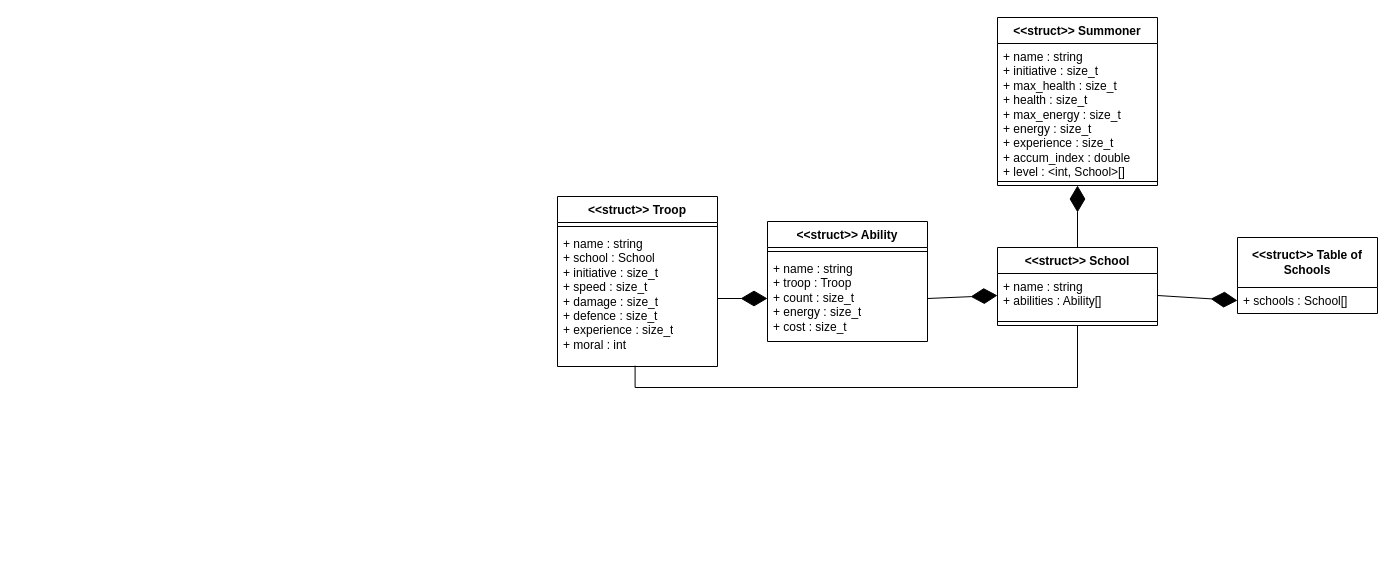
Before: lab3.drawio in Alvald1/draw.io, a draw.io diagram. Source tidied: cells renumbered, new cells numbered last; positions are measured from the earlier drawing's top-left corner, leaving out a move shared by most shapes. Both pictures are drawn from the tidied source at 100%, with x=0, y=0 at pixel (557, 17).
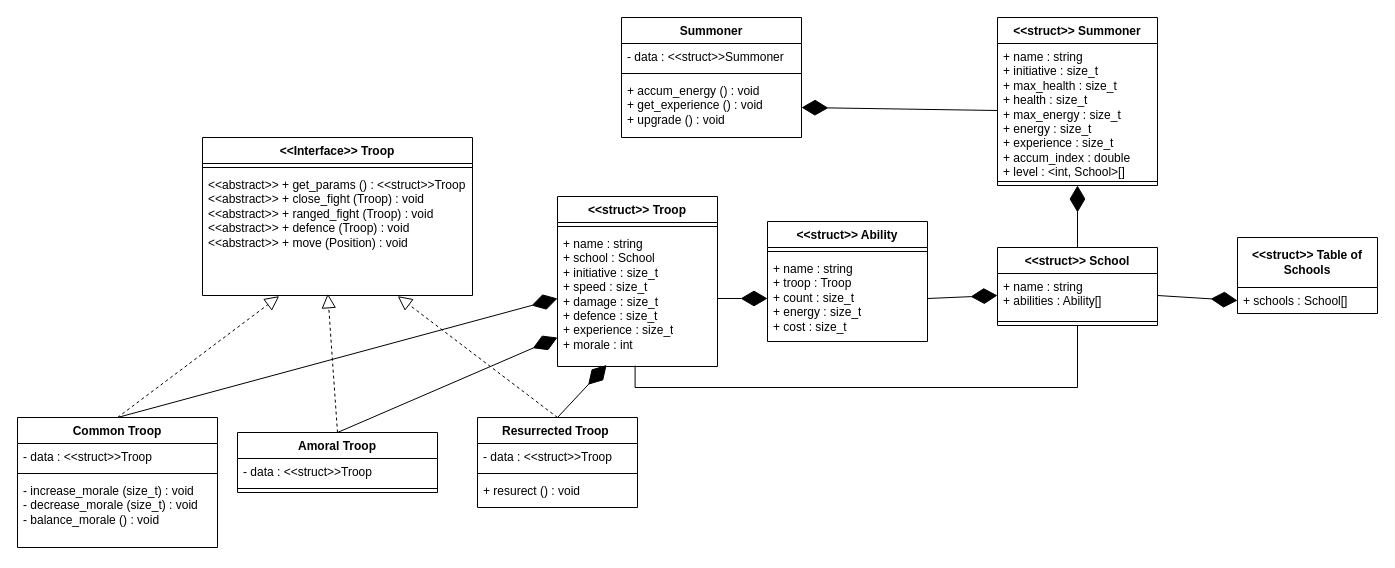
The same page after the edit.

Unchanged cells that the change refers to:
```xml
<mxCell id="3" value="+ name : string&lt;div&gt;+ initiative : size_t&lt;/div&gt;&lt;div&gt;+ max_health : size_t&lt;/div&gt;&lt;div&gt;+&amp;nbsp;health : size_t&lt;/div&gt;&lt;div&gt;+ max_energy : size_t&lt;/div&gt;&lt;div&gt;+ energy : size_t&lt;/div&gt;&lt;div&gt;+ experience : size_t&lt;/div&gt;&lt;div&gt;+ accum_index : double&lt;/div&gt;&lt;div&gt;+ level : &amp;lt;int, School&amp;gt;[]&lt;/div&gt;" style="text;strokeColor=none;fillColor=none;align=left;verticalAlign=top;spacingLeft=4;spacingRight=4;overflow=hidden;points=[[0,0.5],[1,0.5]];portConstraint=eastwest;whiteSpace=wrap;html=1;" parent="2" vertex="1">
  <mxGeometry y="26" width="160" height="134" as="geometry" />
</mxCell>
<mxCell id="11" value="&amp;lt;&amp;lt;struct&amp;gt;&amp;gt; Troop" style="swimlane;fontStyle=1;align=center;verticalAlign=top;horizontal=1;startSize=26;whiteSpace=wrap;html=1;" parent="1" vertex="1">
  <mxGeometry y="179" width="160" height="170" as="geometry" />
</mxCell>
```

The edit, as a diff of the source:
```diff
@@
-    <mxCell id="13" value="+ name : string&lt;div&gt;+ school : School&lt;/div&gt;&lt;div&gt;+&amp;nbsp;&lt;span style=&quot;white-space-collapse: preserve; background-color: initial;&quot;&gt;initiative : size_t&lt;/span&gt;&lt;/div&gt;&lt;div&gt;&lt;span style=&quot;white-space-collapse: preserve; background-color: initial;&quot;&gt;+ speed : size_t&lt;/span&gt;&lt;/div&gt;&lt;div&gt;&lt;span style=&quot;white-space-collapse: preserve; background-color: initial;&quot;&gt;+ damage : size_t&lt;/span&gt;&lt;/div&gt;&lt;div&gt;&lt;span style=&quot;white-space-collapse: preserve; background-color: initial;&quot;&gt;+ defence : size_t&lt;/span&gt;&lt;/div&gt;&lt;div&gt;&lt;span style=&quot;white-space-collapse: preserve; background-color: initial;&quot;&gt;+ experience : size_t&lt;/span&gt;&lt;/div&gt;&lt;div&gt;&lt;span style=&quot;white-space-collapse: preserve; background-color: initial;&quot;&gt;+ moral : int&lt;/span&gt;&lt;/div&gt;" style="text;strokeColor=none;fillColor=none;align=left;verticalAlign=top;spacingLeft=4;spacingRight=4;overflow=hidden;points=[[0,0.5],[1,0.5]];portConstraint=eastwest;whiteSpace=wrap;html=1;" parent="11" vertex="1">
+    <mxCell id="13" value="+ name : string&lt;div&gt;+ school : School&lt;/div&gt;&lt;div&gt;+&amp;nbsp;&lt;span style=&quot;white-space-collapse: preserve; background-color: initial;&quot;&gt;initiative : size_t&lt;/span&gt;&lt;/div&gt;&lt;div&gt;&lt;span style=&quot;white-space-collapse: preserve; background-color: initial;&quot;&gt;+ speed : size_t&lt;/span&gt;&lt;/div&gt;&lt;div&gt;&lt;span style=&quot;white-space-collapse: preserve; background-color: initial;&quot;&gt;+ damage : size_t&lt;/span&gt;&lt;/div&gt;&lt;div&gt;&lt;span style=&quot;white-space-collapse: preserve; background-color: initial;&quot;&gt;+ defence : size_t&lt;/span&gt;&lt;/div&gt;&lt;div&gt;&lt;span style=&quot;white-space-collapse: preserve; background-color: initial;&quot;&gt;+ experience : size_t&lt;/span&gt;&lt;/div&gt;&lt;div&gt;&lt;span style=&quot;white-space-collapse: preserve; background-color: initial;&quot;&gt;+ morale : int&lt;/span&gt;&lt;/div&gt;" style="text;strokeColor=none;fillColor=none;align=left;verticalAlign=top;spacingLeft=4;spacingRight=4;overflow=hidden;points=[[0,0.5],[1,0.5]];portConstraint=eastwest;whiteSpace=wrap;html=1;" parent="11" vertex="1">
       <mxGeometry y="34" width="160" height="136" as="geometry" />
     </mxCell>
@@
+    <mxCell id="21" value="Summoner" style="swimlane;fontStyle=1;align=center;verticalAlign=top;horizontal=1;startSize=26;whiteSpace=wrap;html=1;" parent="1" vertex="1">
+      <mxGeometry x="64" width="180" height="120" as="geometry" />
+    </mxCell>
+    <mxCell id="22" value="- data : &amp;lt;&amp;lt;struct&amp;gt;&amp;gt;Summoner" style="text;strokeColor=none;fillColor=none;align=left;verticalAlign=top;spacingLeft=4;spacingRight=4;overflow=hidden;whiteSpace=wrap;html=1;" parent="21" vertex="1">
+      <mxGeometry y="26" width="180" height="26" as="geometry" />
+    </mxCell>
+    <mxCell id="23" style="line;strokeWidth=1;fillColor=none;align=left;verticalAlign=middle;spacingTop=-1;spacingLeft=3;spacingRight=3;labelPosition=right;strokeColor=inherit;" parent="21" vertex="1">
+      <mxGeometry y="52" width="180" height="8" as="geometry" />
+    </mxCell>
+    <mxCell id="24" value="+ accum_energy () : void&lt;div&gt;+ get_experience () : void&lt;/div&gt;&lt;div&gt;+ upgrade () : void&lt;/div&gt;&lt;div&gt;&lt;br&gt;&lt;/div&gt;" style="text;strokeColor=none;fillColor=none;align=left;verticalAlign=top;spacingLeft=4;spacingRight=4;overflow=hidden;points=[[0,0.5],[1,0.5]];portConstraint=eastwest;whiteSpace=wrap;html=1;" parent="21" vertex="1">
+      <mxGeometry y="60" width="180" height="60" as="geometry" />
+    </mxCell>
+    <mxCell id="25" style="endArrow=diamondThin;endFill=1;endSize=24;html=1;rounded=0;entryX=1;entryY=0.5;entryDx=0;entryDy=0;exitX=0;exitY=0.5;exitDx=0;exitDy=0;" parent="1" edge="1" source="3" target="24">
+      <mxGeometry relative="1" as="geometry" />
+    </mxCell>
+    <mxCell id="26" value="&amp;lt;&amp;lt;Interface&amp;gt;&amp;gt; Troop" style="swimlane;fontStyle=1;align=center;verticalAlign=top;horizontal=1;startSize=26;whiteSpace=wrap;html=1;" parent="1" vertex="1">
+      <mxGeometry x="-355" y="120" width="270" height="158" as="geometry" />
+    </mxCell>
+    <mxCell id="27" style="line;strokeWidth=1;fillColor=none;align=left;verticalAlign=middle;spacingTop=-1;spacingLeft=3;spacingRight=3;labelPosition=right;strokeColor=inherit;" parent="26" vertex="1">
+      <mxGeometry y="26" width="270" height="8" as="geometry" />
+    </mxCell>
+    <mxCell id="28" value="&amp;lt;&amp;lt;abstract&amp;gt;&amp;gt;&amp;nbsp;+ get_params () : &amp;lt;&amp;lt;struct&amp;gt;&amp;gt;Troop&lt;br&gt;&lt;div&gt;&lt;span style=&quot;background-color: initial;&quot;&gt;&amp;lt;&amp;lt;abstract&amp;gt;&amp;gt;&lt;/span&gt;&lt;span style=&quot;background-color: initial;&quot;&gt;&amp;nbsp;&lt;/span&gt;+ close_fight (Troop) : void&lt;/div&gt;&lt;div&gt;&lt;span style=&quot;background-color: initial;&quot;&gt;&amp;lt;&amp;lt;abstract&amp;gt;&amp;gt;&lt;/span&gt;&lt;span style=&quot;background-color: initial;&quot;&gt;&amp;nbsp;&lt;/span&gt;+ ranged_fight (Troop) : void&lt;/div&gt;&lt;div&gt;&lt;span style=&quot;background-color: initial;&quot;&gt;&amp;lt;&amp;lt;abstract&amp;gt;&amp;gt;&lt;/span&gt;&lt;span style=&quot;background-color: initial;&quot;&gt;&amp;nbsp;&lt;/span&gt;+ defence (Troop) : void&lt;/div&gt;&lt;div&gt;&lt;span style=&quot;background-color: initial;&quot;&gt;&amp;lt;&amp;lt;abstract&amp;gt;&amp;gt;&lt;/span&gt;&lt;span style=&quot;background-color: initial;&quot;&gt;&amp;nbsp;&lt;/span&gt;+ move (Position) : void&lt;/div&gt;" style="text;strokeColor=none;fillColor=none;align=left;verticalAlign=top;spacingLeft=4;spacingRight=4;overflow=hidden;points=[[0,0.5],[1,0.5]];portConstraint=eastwest;whiteSpace=wrap;html=1;" parent="26" vertex="1">
+      <mxGeometry y="34" width="270" height="124" as="geometry" />
+    </mxCell>
+    <mxCell id="29" value="Common Troop" style="swimlane;fontStyle=1;align=center;verticalAlign=top;horizontal=1;startSize=26;whiteSpace=wrap;html=1;" parent="1" vertex="1">
+      <mxGeometry x="-540" y="400" width="200" height="130" as="geometry" />
+    </mxCell>
+    <mxCell id="30" value="- data : &amp;lt;&amp;lt;struct&amp;gt;&amp;gt;Troop" style="text;strokeColor=none;fillColor=none;align=left;verticalAlign=top;spacingLeft=4;spacingRight=4;overflow=hidden;whiteSpace=wrap;html=1;" parent="29" vertex="1">
+      <mxGeometry y="26" width="200" height="26" as="geometry" />
+    </mxCell>
+    <mxCell id="31" style="line;strokeWidth=1;fillColor=none;align=left;verticalAlign=middle;spacingTop=-1;spacingLeft=3;spacingRight=3;labelPosition=right;strokeColor=inherit;" parent="29" vertex="1">
+      <mxGeometry y="52" width="200" height="8" as="geometry" />
+    </mxCell>
+    <mxCell id="32" value="&lt;div&gt;- increase_morale (size_t) : void&lt;/div&gt;&lt;div&gt;- decrease_morale (size_t) : void&lt;/div&gt;&lt;div&gt;- balance_morale () : void&lt;/div&gt;" style="text;strokeColor=none;fillColor=none;align=left;verticalAlign=top;spacingLeft=4;spacingRight=4;overflow=hidden;whiteSpace=wrap;html=1;" parent="29" vertex="1">
+      <mxGeometry y="60" width="200" height="70" as="geometry" />
+    </mxCell>
+    <mxCell id="33" value="Amoral Troop" style="swimlane;fontStyle=1;align=center;verticalAlign=top;horizontal=1;startSize=26;whiteSpace=wrap;html=1;" parent="1" vertex="1">
+      <mxGeometry x="-320" y="415" width="200" height="60" as="geometry" />
+    </mxCell>
+    <mxCell id="34" value="- data : &amp;lt;&amp;lt;struct&amp;gt;&amp;gt;Troop" style="text;strokeColor=none;fillColor=none;align=left;verticalAlign=top;spacingLeft=4;spacingRight=4;overflow=hidden;whiteSpace=wrap;html=1;" parent="33" vertex="1">
+      <mxGeometry y="26" width="200" height="26" as="geometry" />
+    </mxCell>
+    <mxCell id="35" style="line;strokeWidth=1;fillColor=none;align=left;verticalAlign=middle;spacingTop=-1;spacingLeft=3;spacingRight=3;labelPosition=right;strokeColor=inherit;" parent="33" vertex="1">
+      <mxGeometry y="52" width="200" height="8" as="geometry" />
+    </mxCell>
+    <mxCell id="36" value="Resurrected Troop&amp;nbsp;" style="swimlane;fontStyle=1;align=center;verticalAlign=top;horizontal=1;startSize=26;whiteSpace=wrap;html=1;" parent="1" vertex="1">
+      <mxGeometry x="-80" y="400" width="160" height="90" as="geometry" />
+    </mxCell>
+    <mxCell id="37" value="- data : &amp;lt;&amp;lt;struct&amp;gt;&amp;gt;Troop" style="text;strokeColor=none;fillColor=none;align=left;verticalAlign=top;spacingLeft=4;spacingRight=4;overflow=hidden;whiteSpace=wrap;html=1;" parent="36" vertex="1">
+      <mxGeometry y="26" width="160" height="26" as="geometry" />
+    </mxCell>
+    <mxCell id="38" style="line;strokeWidth=1;fillColor=none;align=left;verticalAlign=middle;spacingTop=-1;spacingLeft=3;spacingRight=3;labelPosition=right;strokeColor=inherit;" parent="36" vertex="1">
+      <mxGeometry y="52" width="160" height="8" as="geometry" />
+    </mxCell>
+    <mxCell id="39" value="+ resurect () : void" style="text;strokeColor=none;fillColor=none;align=left;verticalAlign=top;spacingLeft=4;spacingRight=4;overflow=hidden;whiteSpace=wrap;html=1;" parent="36" vertex="1">
+      <mxGeometry y="60" width="160" height="30" as="geometry" />
+    </mxCell>
+    <mxCell id="40" style="endArrow=block;dashed=1;endFill=0;endSize=12;html=1;rounded=0;exitX=0.5;exitY=0;exitDx=0;exitDy=0;entryX=0.284;entryY=1.005;entryDx=0;entryDy=0;entryPerimeter=0;" parent="1" edge="1" source="29" target="28">
+      <mxGeometry relative="1" as="geometry" />
+    </mxCell>
+    <mxCell id="41" style="endArrow=block;dashed=1;endFill=0;endSize=12;html=1;rounded=0;exitX=0.5;exitY=0;exitDx=0;exitDy=0;entryX=0.464;entryY=0.986;entryDx=0;entryDy=0;entryPerimeter=0;" parent="1" edge="1" source="33" target="28">
+      <mxGeometry relative="1" as="geometry" />
+    </mxCell>
+    <mxCell id="42" style="endArrow=block;dashed=1;endFill=0;endSize=12;html=1;rounded=0;exitX=0.5;exitY=0;exitDx=0;exitDy=0;entryX=0.723;entryY=1.005;entryDx=0;entryDy=0;entryPerimeter=0;" parent="1" edge="1" source="36" target="28">
+      <mxGeometry relative="1" as="geometry" />
+    </mxCell>
+    <mxCell id="43" style="endArrow=diamondThin;endFill=1;endSize=24;html=1;rounded=0;exitX=0.5;exitY=0;exitDx=0;exitDy=0;entryX=0;entryY=0.5;entryDx=0;entryDy=0;" parent="1" edge="1" source="29" target="13">
+      <mxGeometry relative="1" as="geometry" />
+    </mxCell>
+    <mxCell id="44" style="endArrow=diamondThin;endFill=1;endSize=24;html=1;rounded=0;exitX=0.5;exitY=0;exitDx=0;exitDy=0;entryX=0;entryY=0.787;entryDx=0;entryDy=0;entryPerimeter=0;" parent="1" edge="1" source="33" target="13">
+      <mxGeometry relative="1" as="geometry" />
+    </mxCell>
+    <mxCell id="45" style="endArrow=diamondThin;endFill=1;endSize=24;html=1;rounded=0;exitX=0.5;exitY=0;exitDx=0;exitDy=0;entryX=0.307;entryY=0.989;entryDx=0;entryDy=0;entryPerimeter=0;" parent="1" edge="1" source="36" target="13">
+      <mxGeometry relative="1" as="geometry" />
+    </mxCell>
```
